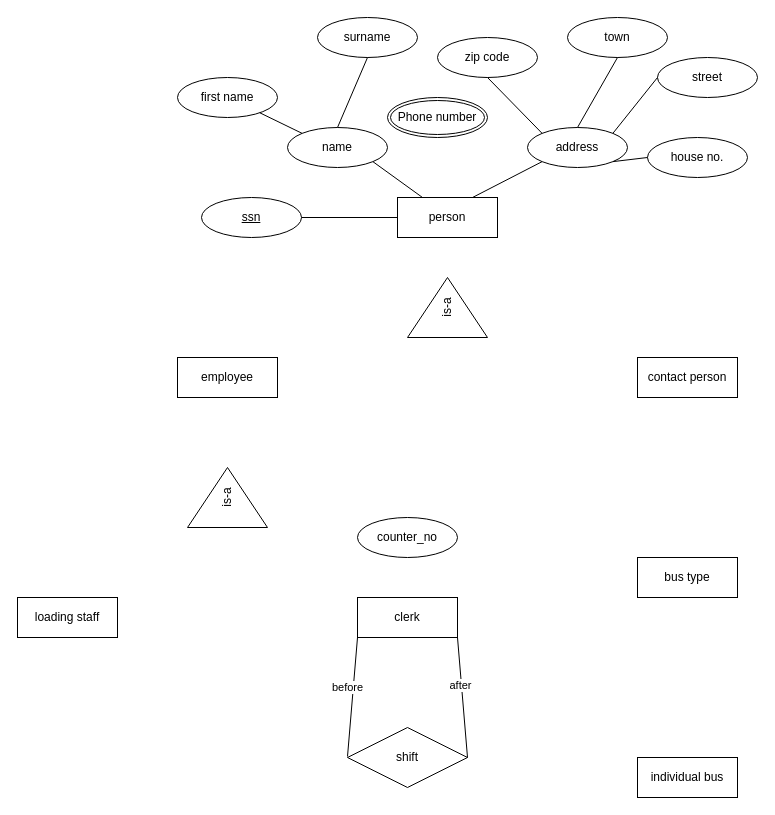
Earlier version of the draw.io diagram ERM project_group 5.drawio (Martinaeht/DBS-Projektgruppe-5_ERM). Source tidied: cells renumbered, new cells numbered last; positions are measured from the earlier drawing's top-left corner, leaving out a move shared by most shapes. Both pictures are drawn from the tidied source at 100%, with x=0, y=0 at pixel (17, 17).
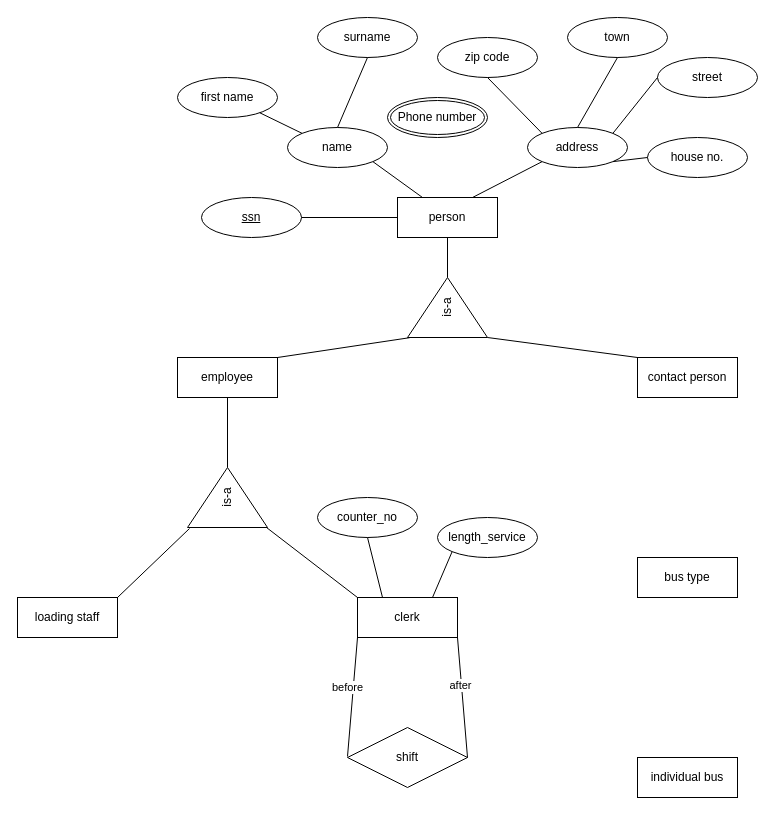
Above is the later version.

Unchanged cells that the change refers to:
```xml
<mxCell id="18" value="contact person" style="whiteSpace=wrap;html=1;align=center;" parent="1" vertex="1">
  <mxGeometry x="620" y="340" width="100" height="40" as="geometry" />
</mxCell>
<mxCell id="19" value="employee" style="whiteSpace=wrap;html=1;align=center;" parent="1" vertex="1">
  <mxGeometry x="160" y="340" width="100" height="40" as="geometry" />
</mxCell>
<mxCell id="20" value="person" style="whiteSpace=wrap;html=1;align=center;" parent="1" vertex="1">
  <mxGeometry x="380" y="180" width="100" height="40" as="geometry" />
</mxCell>
<mxCell id="25" value="is-a" style="triangle;whiteSpace=wrap;html=1;rotation=-90;" parent="1" vertex="1">
  <mxGeometry x="400" y="250" width="60" height="80" as="geometry" />
</mxCell>
<mxCell id="27" value="is-a" style="triangle;whiteSpace=wrap;html=1;rotation=-90;" parent="1" vertex="1">
  <mxGeometry x="180" y="440" width="60" height="80" as="geometry" />
</mxCell>
<mxCell id="28" value="loading staff" style="whiteSpace=wrap;html=1;align=center;" parent="1" vertex="1">
  <mxGeometry y="580" width="100" height="40" as="geometry" />
</mxCell>
<mxCell id="29" value="clerk" style="whiteSpace=wrap;html=1;align=center;" parent="1" vertex="1">
  <mxGeometry x="340" y="580" width="100" height="40" as="geometry" />
</mxCell>
```

What changed in the source:
```diff
@@
     <mxCell id="35" value="counter_no" style="ellipse;whiteSpace=wrap;html=1;align=center;" parent="1" vertex="1">
-      <mxGeometry x="340" y="500" width="100" height="40" as="geometry" />
+      <mxGeometry x="300" y="480" width="100" height="40" as="geometry" />
     </mxCell>
+    <mxCell id="36" value="length_service" style="ellipse;whiteSpace=wrap;html=1;align=center;" parent="1" vertex="1">
+      <mxGeometry x="420" y="500" width="100" height="40" as="geometry" />
+    </mxCell>
+    <mxCell id="37" style="endArrow=none;html=1;rounded=0;entryX=0.25;entryY=0;entryDx=0;entryDy=0;exitX=0.5;exitY=1;exitDx=0;exitDy=0;" parent="1" edge="1" source="35" target="29">
+      <mxGeometry relative="1" as="geometry" />
+    </mxCell>
+    <mxCell id="38" style="endArrow=none;html=1;rounded=0;exitX=0.75;exitY=0;exitDx=0;exitDy=0;entryX=0;entryY=1;entryDx=0;entryDy=0;" parent="1" edge="1" source="29" target="36">
+      <mxGeometry relative="1" as="geometry" />
+    </mxCell>
+    <mxCell id="39" style="endArrow=none;html=1;rounded=0;entryX=0;entryY=0;entryDx=0;entryDy=0;" parent="1" edge="1" source="27" target="29">
+      <mxGeometry relative="1" as="geometry" />
+    </mxCell>
+    <mxCell id="40" style="endArrow=none;html=1;rounded=0;exitX=1;exitY=0;exitDx=0;exitDy=0;entryX=-0.017;entryY=0.025;entryDx=0;entryDy=0;entryPerimeter=0;" parent="1" edge="1" source="28" target="27">
+      <mxGeometry relative="1" as="geometry" />
+    </mxCell>
+    <mxCell id="41" style="endArrow=none;html=1;rounded=0;exitX=0.5;exitY=1;exitDx=0;exitDy=0;entryX=1;entryY=0.5;entryDx=0;entryDy=0;" parent="1" edge="1" source="19" target="27">
+      <mxGeometry relative="1" as="geometry" />
+    </mxCell>
+    <mxCell id="42" style="endArrow=none;html=1;rounded=0;entryX=0;entryY=0;entryDx=0;entryDy=0;" parent="1" edge="1" target="18">
+      <mxGeometry relative="1" as="geometry">
+        <mxPoint x="470" y="320" as="sourcePoint" />
+      </mxGeometry>
+    </mxCell>
+    <mxCell id="43" style="endArrow=none;html=1;rounded=0;exitX=1;exitY=0;exitDx=0;exitDy=0;entryX=-0.003;entryY=0.028;entryDx=0;entryDy=0;entryPerimeter=0;" parent="1" edge="1" source="19" target="25">
+      <mxGeometry relative="1" as="geometry" />
+    </mxCell>
+    <mxCell id="44" style="endArrow=none;html=1;rounded=0;exitX=0.5;exitY=1;exitDx=0;exitDy=0;entryX=1;entryY=0.5;entryDx=0;entryDy=0;" parent="1" edge="1" source="20" target="25">
+      <mxGeometry relative="1" as="geometry" />
+    </mxCell>
```
